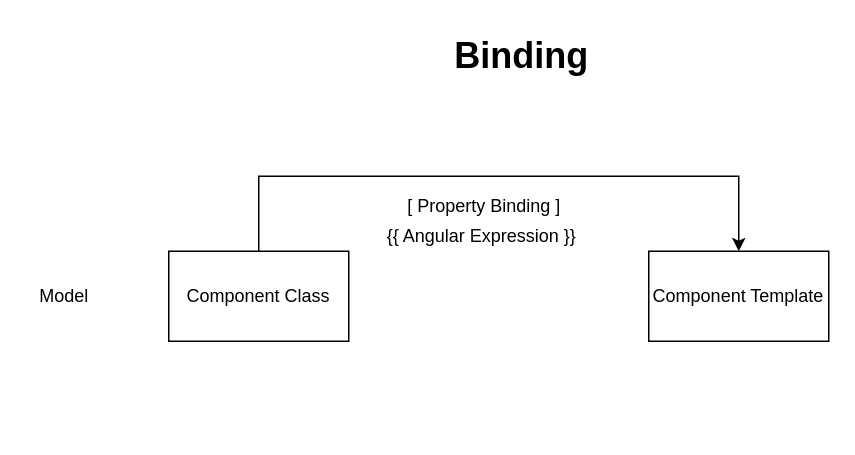
synergy2411/genpact-dec21 keeps this draw.io diagram as page "Page-4" (4 of 4) of diagrams.drawio. Above is the earlier version. Source tidied: cells renumbered, new cells numbered last; positions are measured from the earlier drawing's top-left corner, leaving out a move shared by most shapes. Both pictures are drawn from the tidied source at 150%, with x=0, y=0 at pixel (26, 26).
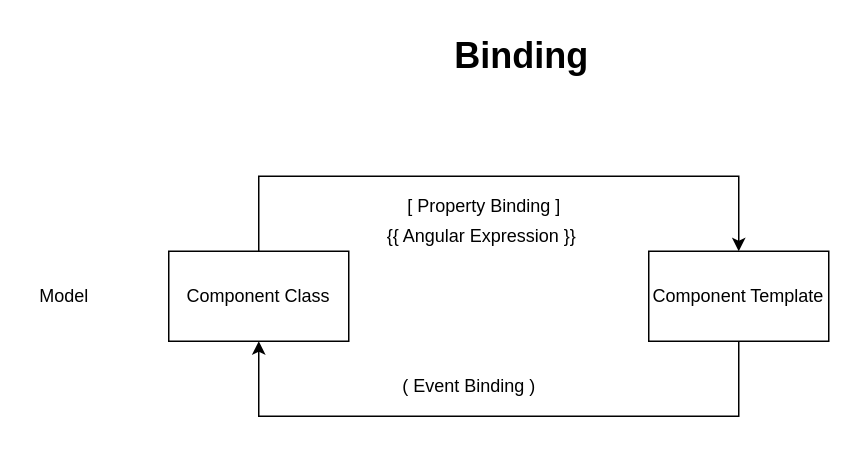
The same diagram, later.

Commit message (it also covers changes not shown here):
binding concepts added

Change to the diagram source:
```diff
@@
 <mxGraphModel>
   <root>
     <mxCell id="0" />
     <mxCell id="1" parent="0" />
     <mxCell id="2" value="Binding" style="text;strokeColor=none;fillColor=none;html=1;fontSize=24;fontStyle=1;verticalAlign=middle;align=center;" parent="1" vertex="1">
       <mxGeometry x="280" width="100" height="40" as="geometry" />
     </mxCell>
     <mxCell id="3" style="edgeStyle=orthogonalEdgeStyle;rounded=0;jettySize=auto;html=1;exitX=0.5;exitY=0;exitDx=0;exitDy=0;entryX=0.5;entryY=0;entryDx=0;entryDy=0;" parent="1" edge="1" source="4" target="5">
       <mxGeometry relative="1" as="geometry">
         <Array as="points">
           <mxPoint x="155" y="100" />
           <mxPoint x="475" y="100" />
         </Array>
       </mxGeometry>
     </mxCell>
     <mxCell id="4" value="Component Class" style="rounded=0;whiteSpace=wrap;html=1;" parent="1" vertex="1">
       <mxGeometry x="95" y="150" width="120" height="60" as="geometry" />
     </mxCell>
+    <mxCell id="9" style="edgeStyle=orthogonalEdgeStyle;rounded=0;jettySize=auto;html=1;exitX=0.5;exitY=1;exitDx=0;exitDy=0;entryX=0.5;entryY=1;entryDx=0;entryDy=0;" parent="1" edge="1" source="5" target="4">
+      <mxGeometry relative="1" as="geometry">
+        <Array as="points">
+          <mxPoint x="475" y="260" />
+          <mxPoint x="155" y="260" />
+        </Array>
+      </mxGeometry>
+    </mxCell>
     <mxCell id="5" value="Component Template" style="rounded=0;whiteSpace=wrap;html=1;" parent="1" vertex="1">
       <mxGeometry x="415" y="150" width="120" height="60" as="geometry" />
     </mxCell>
     <mxCell id="6" value="Model" style="text;html=1;align=center;verticalAlign=middle;strokeColor=none;fillColor=none;" parent="1" vertex="1">
       <mxGeometry y="170" width="50" height="20" as="geometry" />
     </mxCell>
     <mxCell id="7" value="[ Property Binding ]" style="text;html=1;align=center;verticalAlign=middle;strokeColor=none;fillColor=none;" parent="1" vertex="1">
       <mxGeometry x="245" y="110" width="120" height="20" as="geometry" />
     </mxCell>
     <mxCell id="8" value="{{ Angular Expression }}&amp;nbsp;" style="text;html=1;align=center;verticalAlign=middle;strokeColor=none;fillColor=none;" parent="1" vertex="1">
       <mxGeometry x="230" y="130" width="150" height="20" as="geometry" />
     </mxCell>
+    <mxCell id="10" value="( Event Binding )" style="text;html=1;align=center;verticalAlign=middle;strokeColor=none;fillColor=none;" parent="1" vertex="1">
+      <mxGeometry x="245" y="230" width="100" height="20" as="geometry" />
+    </mxCell>
   </root>
 </mxGraphModel>
```
